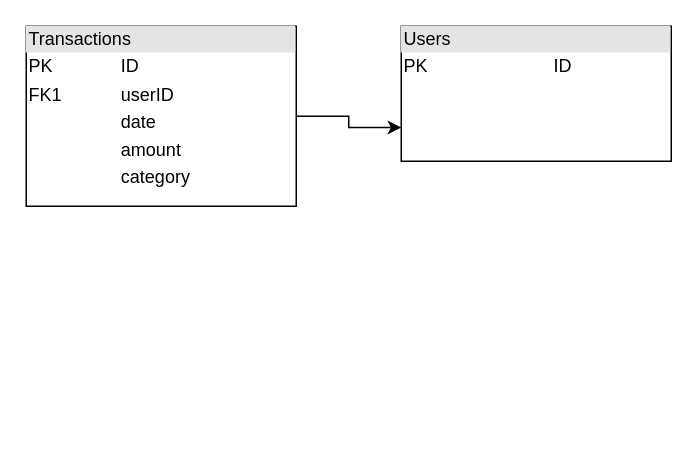
Before: database_diagram.drawio in alex-johnson41/BudgetingWebsite, a draw.io diagram. Source tidied: cells renumbered, new cells numbered last; positions are measured from the earlier drawing's top-left corner, leaving out a move shared by most shapes. Both pictures are drawn from the tidied source at 150%, with x=0, y=0 at pixel (26, 26).
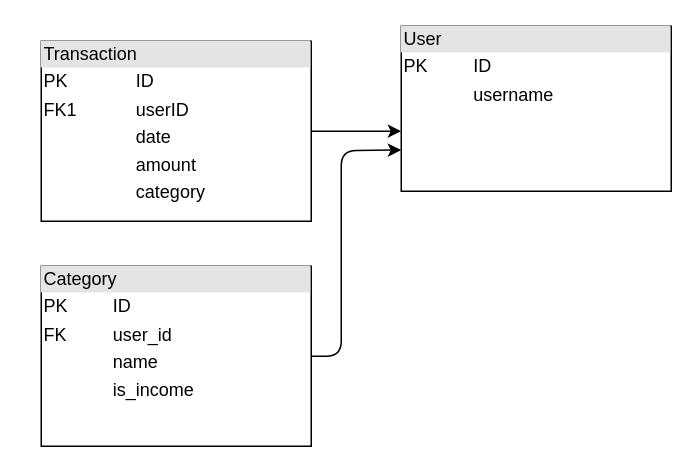
The same page after the edit.

The edit, as a diff of the source:
```diff
@@
 <mxGraphModel>
   <root>
     <mxCell id="0" />
     <mxCell id="1" parent="0" />
-    <mxCell id="2" value="&lt;div style=&quot;box-sizing:border-box;width:100%;background:#e4e4e4;padding:2px;&quot;&gt;Users&lt;/div&gt;&lt;table style=&quot;width:100%;font-size:1em;&quot; cellpadding=&quot;2&quot; cellspacing=&quot;0&quot;&gt;&lt;tbody&gt;&lt;tr&gt;&lt;td&gt;PK&lt;/td&gt;&lt;td&gt;ID&lt;/td&gt;&lt;/tr&gt;&lt;/tbody&gt;&lt;/table&gt;" style="verticalAlign=top;align=left;overflow=fill;html=1;whiteSpace=wrap;" parent="1" vertex="1">
-      <mxGeometry x="250" width="180" height="90" as="geometry" />
+    <mxCell id="2" value="&lt;div style=&quot;box-sizing:border-box;width:100%;background:#e4e4e4;padding:2px;&quot;&gt;User&lt;/div&gt;&lt;table style=&quot;width:100%;font-size:1em;&quot; cellpadding=&quot;2&quot; cellspacing=&quot;0&quot;&gt;&lt;tbody&gt;&lt;tr&gt;&lt;td&gt;PK&lt;/td&gt;&lt;td&gt;ID&lt;/td&gt;&lt;/tr&gt;&lt;tr&gt;&lt;td&gt;&lt;br&gt;&lt;/td&gt;&lt;td&gt;username&lt;/td&gt;&lt;/tr&gt;&lt;/tbody&gt;&lt;/table&gt;" style="verticalAlign=top;align=left;overflow=fill;html=1;whiteSpace=wrap;" parent="1" vertex="1">
+      <mxGeometry x="250" width="180" height="110" as="geometry" />
     </mxCell>
-    <mxCell id="3" style="edgeStyle=orthogonalEdgeStyle;rounded=0;jettySize=auto;html=1;entryX=0;entryY=0.75;entryDx=0;entryDy=0;" parent="1" edge="1" source="4" target="2">
+    <mxCell id="3" style="edgeStyle=orthogonalEdgeStyle;rounded=0;jettySize=auto;html=1;entryX=0;entryY=0.636;entryDx=0;entryDy=0;entryPerimeter=0;" parent="1" edge="1" source="4" target="2">
       <mxGeometry relative="1" as="geometry" />
     </mxCell>
-    <mxCell id="4" value="&lt;div style=&quot;box-sizing:border-box;width:100%;background:#e4e4e4;padding:2px;&quot;&gt;Transactions&lt;/div&gt;&lt;table style=&quot;width:100%;font-size:1em;&quot; cellpadding=&quot;2&quot; cellspacing=&quot;0&quot;&gt;&lt;tbody&gt;&lt;tr&gt;&lt;td&gt;PK&lt;/td&gt;&lt;td&gt;ID&lt;/td&gt;&lt;/tr&gt;&lt;tr&gt;&lt;td&gt;FK1&lt;/td&gt;&lt;td&gt;userID&lt;/td&gt;&lt;/tr&gt;&lt;tr&gt;&lt;td&gt;&lt;/td&gt;&lt;td&gt;date&lt;/td&gt;&lt;/tr&gt;&lt;tr&gt;&lt;td&gt;&lt;br&gt;&lt;/td&gt;&lt;td&gt;amount&lt;/td&gt;&lt;/tr&gt;&lt;tr&gt;&lt;td&gt;&lt;br&gt;&lt;/td&gt;&lt;td&gt;category&lt;/td&gt;&lt;/tr&gt;&lt;/tbody&gt;&lt;/table&gt;" style="verticalAlign=top;align=left;overflow=fill;html=1;whiteSpace=wrap;" parent="1" vertex="1">
-      <mxGeometry width="180" height="120" as="geometry" />
+    <mxCell id="4" value="&lt;div style=&quot;box-sizing:border-box;width:100%;background:#e4e4e4;padding:2px;&quot;&gt;Transaction&lt;/div&gt;&lt;table style=&quot;width:100%;font-size:1em;&quot; cellpadding=&quot;2&quot; cellspacing=&quot;0&quot;&gt;&lt;tbody&gt;&lt;tr&gt;&lt;td&gt;PK&lt;/td&gt;&lt;td&gt;ID&lt;/td&gt;&lt;/tr&gt;&lt;tr&gt;&lt;td&gt;FK1&lt;/td&gt;&lt;td&gt;userID&lt;/td&gt;&lt;/tr&gt;&lt;tr&gt;&lt;td&gt;&lt;/td&gt;&lt;td&gt;date&lt;/td&gt;&lt;/tr&gt;&lt;tr&gt;&lt;td&gt;&lt;br&gt;&lt;/td&gt;&lt;td&gt;amount&lt;/td&gt;&lt;/tr&gt;&lt;tr&gt;&lt;td&gt;&lt;br&gt;&lt;/td&gt;&lt;td&gt;category&lt;/td&gt;&lt;/tr&gt;&lt;/tbody&gt;&lt;/table&gt;" style="verticalAlign=top;align=left;overflow=fill;html=1;whiteSpace=wrap;" parent="1" vertex="1">
+      <mxGeometry x="10" y="10" width="180" height="120" as="geometry" />
     </mxCell>
+    <mxCell id="5" style="edgeStyle=none;html=1;entryX=0;entryY=0.75;entryDx=0;entryDy=0;" parent="1" edge="1" source="6" target="2">
+      <mxGeometry relative="1" as="geometry">
+        <Array as="points">
+          <mxPoint x="210" y="220" />
+          <mxPoint x="210" y="83" />
+        </Array>
+      </mxGeometry>
+    </mxCell>
+    <mxCell id="6" value="&lt;div style=&quot;box-sizing:border-box;width:100%;background:#e4e4e4;padding:2px;&quot;&gt;Category&lt;/div&gt;&lt;table style=&quot;width:100%;font-size:1em;&quot; cellpadding=&quot;2&quot; cellspacing=&quot;0&quot;&gt;&lt;tbody&gt;&lt;tr&gt;&lt;td&gt;PK&lt;/td&gt;&lt;td&gt;ID&lt;/td&gt;&lt;/tr&gt;&lt;tr&gt;&lt;td&gt;FK&lt;/td&gt;&lt;td&gt;user_id&lt;/td&gt;&lt;/tr&gt;&lt;tr&gt;&lt;td&gt;&lt;br&gt;&lt;/td&gt;&lt;td&gt;name&lt;/td&gt;&lt;/tr&gt;&lt;tr&gt;&lt;td&gt;&lt;br&gt;&lt;/td&gt;&lt;td&gt;is_income&lt;/td&gt;&lt;/tr&gt;&lt;/tbody&gt;&lt;/table&gt;" style="verticalAlign=top;align=left;overflow=fill;html=1;whiteSpace=wrap;" parent="1" vertex="1">
+      <mxGeometry x="10" y="160" width="180" height="120" as="geometry" />
+    </mxCell>
   </root>
 </mxGraphModel>
```
